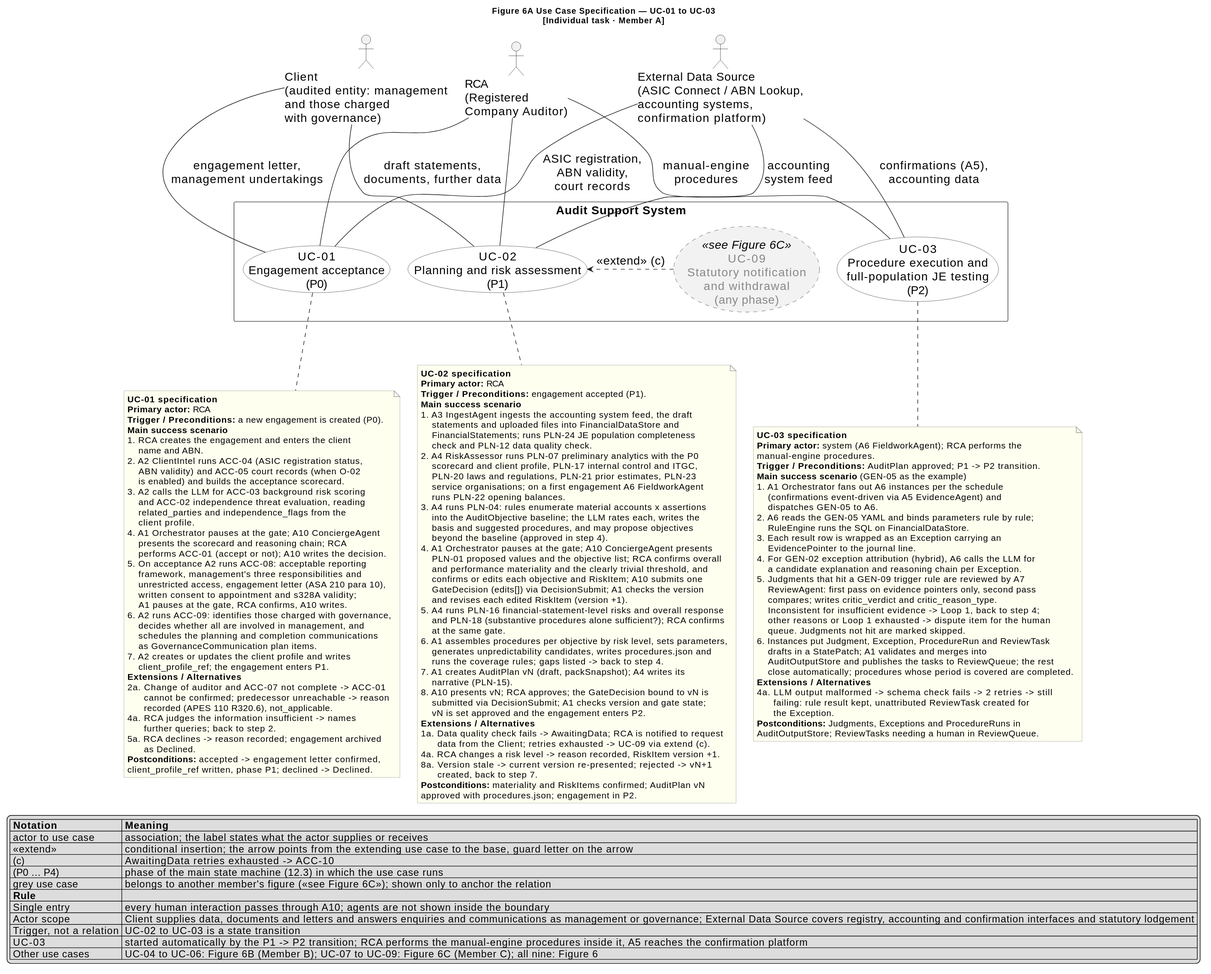
SilverHim/audit-agent keeps this PlantUML diagram as diagrams/out/usecase_spec_member_a.svg. Above is the earlier version.
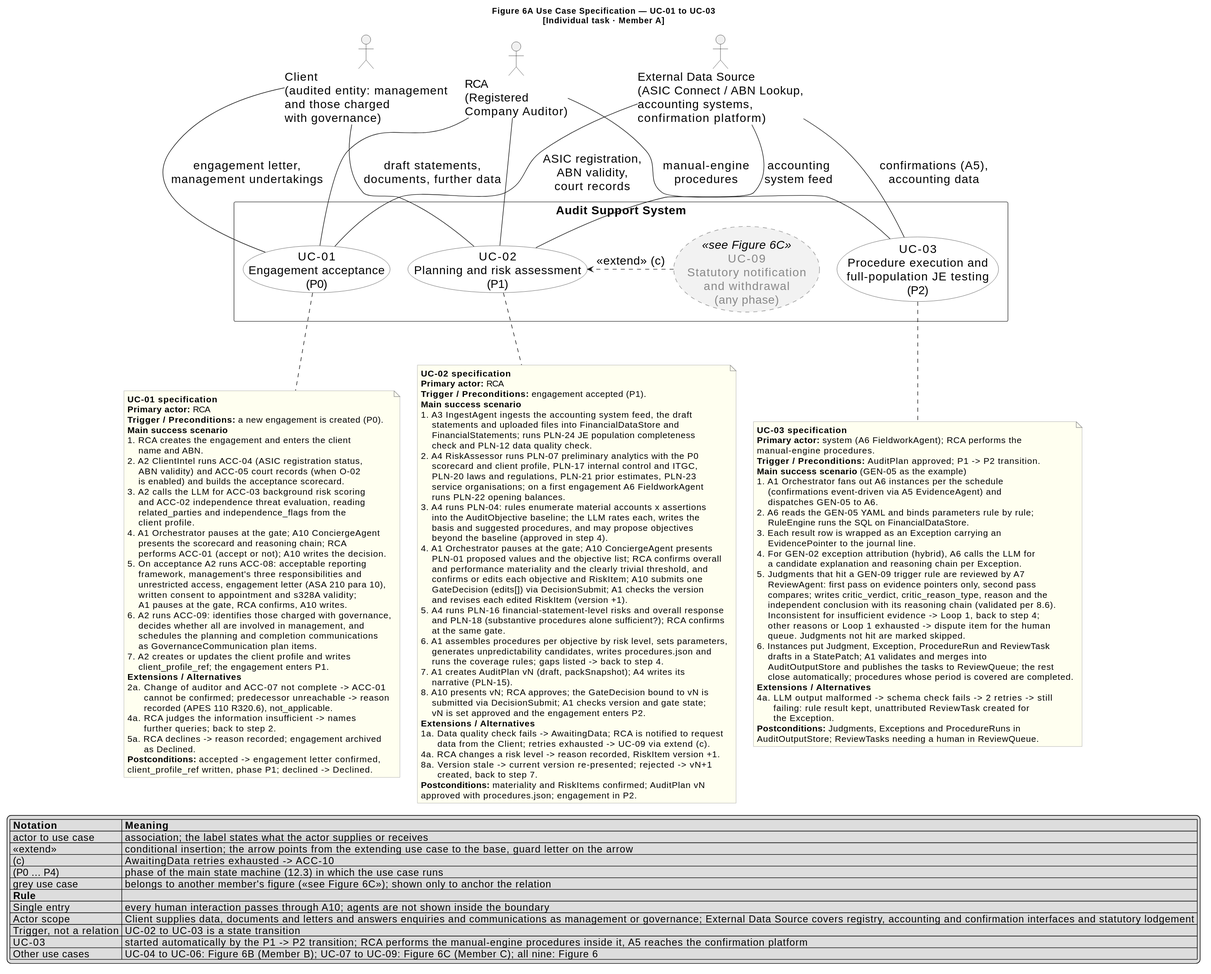
Above is the later version.

Change to the diagram source:
```diff
@@ -150,7 +150,8 @@
     a candidate explanation and reasoning chain per Exception.
 5. Judgments that hit a GEN-09 trigger rule are reviewed by A7
     ReviewAgent: first pass on evidence pointers only, second pass
-    compares; writes critic_verdict and critic_reason_type.
+    compares; writes critic_verdict, critic_reason_type, reason and the
+    independent conclusion with its reasoning chain (validated per 8.6).
     Inconsistent for insufficient evidence -> Loop 1, back to step 4;
     other reasons or Loop 1 exhausted -> dispute item for the human
     queue. Judgments not hit are marked skipped.
```
